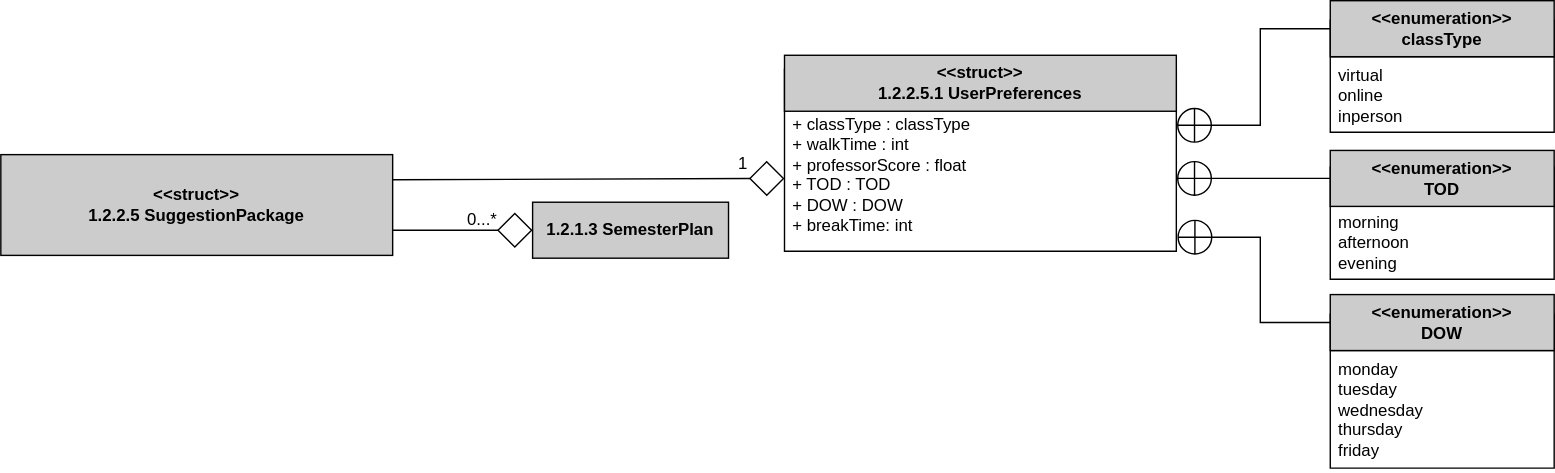
Above: Logic/TeamTwoFiles/1.2.2.5.1UserPreferencesClassDiagram.svg in MckennahPalmer/CSE430 (draw.io), before the change. Source tidied: cells renumbered, new cells last; positions are measured from the earlier drawing's top-left corner, leaving out a move shared by most shapes.
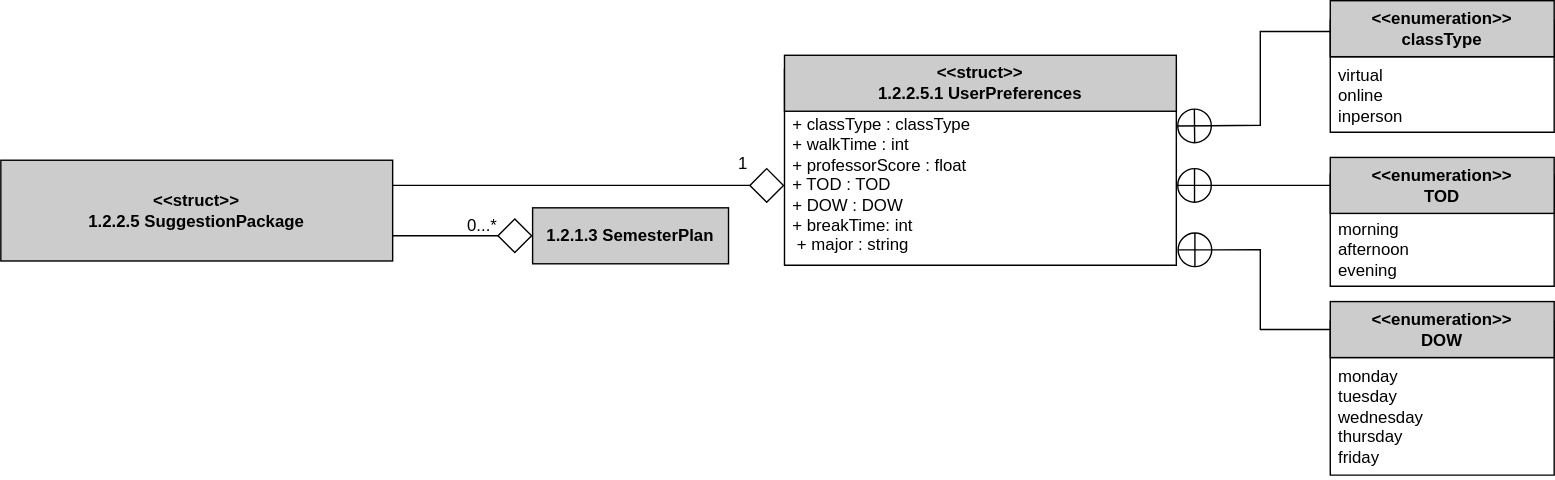
After the change.

Commit message:
Fixed naming, added major to user preferences, changed 1.2.1.1.3 to reflect change.

The edit, as a diff of the source:
```diff
@@ -3,13 +3,13 @@
     <mxCell id="0" />
     <mxCell id="1" parent="0" />
     <mxCell id="2" value="SuggestionPackage" style="swimlane;fontStyle=1;align=center;verticalAlign=top;horizontal=1;startSize=26;whiteSpace=wrap;html=1;fillColor=#CCCCCC;" parent="1" vertex="1">
-      <mxGeometry x="560" y="49" width="280" height="130" as="geometry" />
+      <mxGeometry x="560" y="49" width="280" height="140" as="geometry" />
     </mxCell>
-    <mxCell id="3" value="+ classType : classType&lt;br&gt;+ walkTime : int&lt;br&gt;+ professorScore : float&lt;br&gt;+ TOD : TOD&lt;br&gt;+ DOW : DOW&lt;br&gt;+ breakTime: int" style="text;strokeColor=none;fillColor=none;align=left;verticalAlign=top;spacingLeft=4;spacingRight=4;overflow=hidden;points=[[0,0.5],[1,0.5]];portConstraint=eastwest;whiteSpace=wrap;html=1;" parent="2" vertex="1">
-      <mxGeometry y="26" width="280" height="104" as="geometry" />
+    <mxCell id="3" value="+ classType : classType&lt;br&gt;+ walkTime : int&lt;br&gt;+ professorScore : float&lt;br&gt;+ TOD : TOD&lt;br&gt;+ DOW : DOW&lt;br&gt;+ breakTime: int&lt;br&gt;&amp;nbsp;+ major : string" style="text;strokeColor=none;fillColor=none;align=left;verticalAlign=top;spacingLeft=4;spacingRight=4;overflow=hidden;points=[[0,0.5],[1,0.5]];portConstraint=eastwest;whiteSpace=wrap;html=1;" parent="2" vertex="1">
+      <mxGeometry y="26" width="280" height="114" as="geometry" />
     </mxCell>
     <mxCell id="4" value="&lt;b&gt;&amp;lt;&amp;lt;struct&amp;gt;&amp;gt;&lt;br style=&quot;border-color: var(--border-color);&quot;&gt;1.2.2.5 SuggestionPackage&lt;/b&gt;" style="rounded=0;whiteSpace=wrap;html=1;fillColor=#CCCCCC;" parent="1" vertex="1">
-      <mxGeometry y="110" width="280" height="72" as="geometry" />
+      <mxGeometry y="114" width="280" height="72" as="geometry" />
     </mxCell>
     <mxCell id="5" value="&lt;b&gt;&amp;lt;&amp;lt;struct&amp;gt;&amp;gt;&lt;br style=&quot;border-color: var(--border-color);&quot;&gt;1.2.2.5.1 UserPreferences&lt;br&gt;&lt;/b&gt;" style="rounded=0;whiteSpace=wrap;html=1;fillColor=#CCCCCC;" parent="1" vertex="1">
       <mxGeometry x="560" y="39" width="280" height="40" as="geometry" />
@@ -24,30 +24,31 @@
       <mxGeometry x="950" width="160" height="40" as="geometry" />
     </mxCell>
     <mxCell id="9" value="SuggestionPackage" style="swimlane;fontStyle=1;align=center;verticalAlign=top;horizontal=1;startSize=26;whiteSpace=wrap;html=1;fillColor=#CCCCCC;" parent="1" vertex="1">
-      <mxGeometry x="950" y="119" width="160" height="80" as="geometry" />
+      <mxGeometry x="950" y="124" width="160" height="80" as="geometry" />
     </mxCell>
     <mxCell id="10" value="morning&lt;br&gt;afternoon&lt;br&gt;evening" style="text;strokeColor=none;fillColor=none;align=left;verticalAlign=top;spacingLeft=4;spacingRight=4;overflow=hidden;whiteSpace=wrap;html=1;" parent="9" vertex="1">
       <mxGeometry y="26" width="160" height="54" as="geometry" />
     </mxCell>
     <mxCell id="11" value="&lt;b&gt;&amp;lt;&amp;lt;enumeration&amp;gt;&amp;gt;&lt;br style=&quot;border-color: var(--border-color);&quot;&gt;TOD&lt;br&gt;&lt;/b&gt;" style="rounded=0;whiteSpace=wrap;html=1;fillColor=#CCCCCC;" parent="1" vertex="1">
-      <mxGeometry x="950" y="107" width="160" height="40" as="geometry" />
+      <mxGeometry x="950" y="112" width="160" height="40" as="geometry" />
     </mxCell>
     <mxCell id="12" value="SuggestionPackage" style="swimlane;fontStyle=1;align=center;verticalAlign=top;horizontal=1;startSize=26;whiteSpace=wrap;html=1;fillColor=#CCCCCC;" parent="1" vertex="1">
-      <mxGeometry x="950" y="224" width="160" height="110" as="geometry" />
+      <mxGeometry x="950" y="229" width="160" height="110" as="geometry" />
     </mxCell>
     <mxCell id="13" value="monday&lt;br&gt;tuesday&lt;br&gt;wednesday&lt;br&gt;thursday&lt;br&gt;friday" style="text;strokeColor=none;fillColor=none;align=left;verticalAlign=top;spacingLeft=4;spacingRight=4;overflow=hidden;whiteSpace=wrap;html=1;" parent="12" vertex="1">
       <mxGeometry y="26" width="160" height="84" as="geometry" />
     </mxCell>
     <mxCell id="14" value="&lt;b&gt;&amp;lt;&amp;lt;enumeration&amp;gt;&amp;gt;&lt;br style=&quot;border-color: var(--border-color);&quot;&gt;DOW&lt;br&gt;&lt;/b&gt;" style="rounded=0;whiteSpace=wrap;html=1;fillColor=#CCCCCC;" parent="1" vertex="1">
-      <mxGeometry x="950" y="210" width="160" height="40" as="geometry" />
+      <mxGeometry x="950" y="215" width="160" height="40" as="geometry" />
     </mxCell>
     <mxCell id="15" style="endArrow=circlePlus;html=1;rounded=0;exitX=0;exitY=0.5;exitDx=0;exitDy=0;entryX=1;entryY=0.5;entryDx=0;entryDy=0;endFill=0;endSize=11;" parent="1" edge="1" source="11" target="3">
       <mxGeometry relative="1" as="geometry" />
     </mxCell>
-    <mxCell id="16" style="endArrow=circlePlus;html=1;rounded=0;exitX=0;exitY=0.5;exitDx=0;exitDy=0;entryX=1;entryY=0.135;entryDx=0;entryDy=0;endFill=0;endSize=11;entryPerimeter=0;" parent="1" edge="1" source="8" target="3">
+    <mxCell id="16" style="endArrow=circlePlus;html=1;rounded=0;exitX=0;exitY=0.5;exitDx=0;exitDy=0;entryX=1;entryY=0.128;entryDx=0;entryDy=0;endFill=0;endSize=11;entryPerimeter=0;" parent="1" edge="1" target="3">
       <mxGeometry relative="1" as="geometry">
+        <mxPoint x="950" y="22" as="sourcePoint" />
         <Array as="points">
-          <mxPoint x="900" y="20" />
+          <mxPoint x="900" y="22" />
           <mxPoint x="900" y="89" />
         </Array>
       </mxGeometry>
@@ -55,8 +56,8 @@
     <mxCell id="17" style="endArrow=circlePlus;html=1;rounded=0;exitX=0;exitY=0.5;exitDx=0;exitDy=0;entryX=1.001;entryY=0.904;entryDx=0;entryDy=0;endFill=0;endSize=11;entryPerimeter=0;" parent="1" edge="1" source="14" target="3">
       <mxGeometry relative="1" as="geometry">
         <Array as="points">
-          <mxPoint x="900" y="230" />
-          <mxPoint x="900" y="169" />
+          <mxPoint x="900" y="235" />
+          <mxPoint x="900" y="178" />
         </Array>
       </mxGeometry>
     </mxCell>
@@ -64,7 +65,7 @@
       <mxGeometry relative="1" as="geometry" />
     </mxCell>
     <mxCell id="19" value="1.2.1.3 SemesterPlan" style="rounded=0;whiteSpace=wrap;html=1;fillColor=#CCCCCC;fontStyle=1;" parent="1" vertex="1">
-      <mxGeometry x="380" y="144" width="140" height="40" as="geometry" />
+      <mxGeometry x="380" y="148" width="140" height="40" as="geometry" />
     </mxCell>
     <mxCell id="20" style="group;" parent="1" vertex="1">
       <mxGeometry x="476" y="102" width="84" height="30" as="geometry" />
@@ -76,7 +77,7 @@
       <mxGeometry relative="1" as="geometry" />
     </mxCell>
     <mxCell id="23" style="group;" parent="1" vertex="1">
-      <mxGeometry x="297" y="142" width="84" height="30" as="geometry" />
+      <mxGeometry x="297" y="146" width="84" height="30" as="geometry" />
     </mxCell>
     <mxCell id="24" value="0...*" style="text;html=1;align=right;verticalAlign=middle;whiteSpace=wrap;rounded=0;" parent="23" vertex="1">
       <mxGeometry width="60" height="30" as="geometry" />
```
